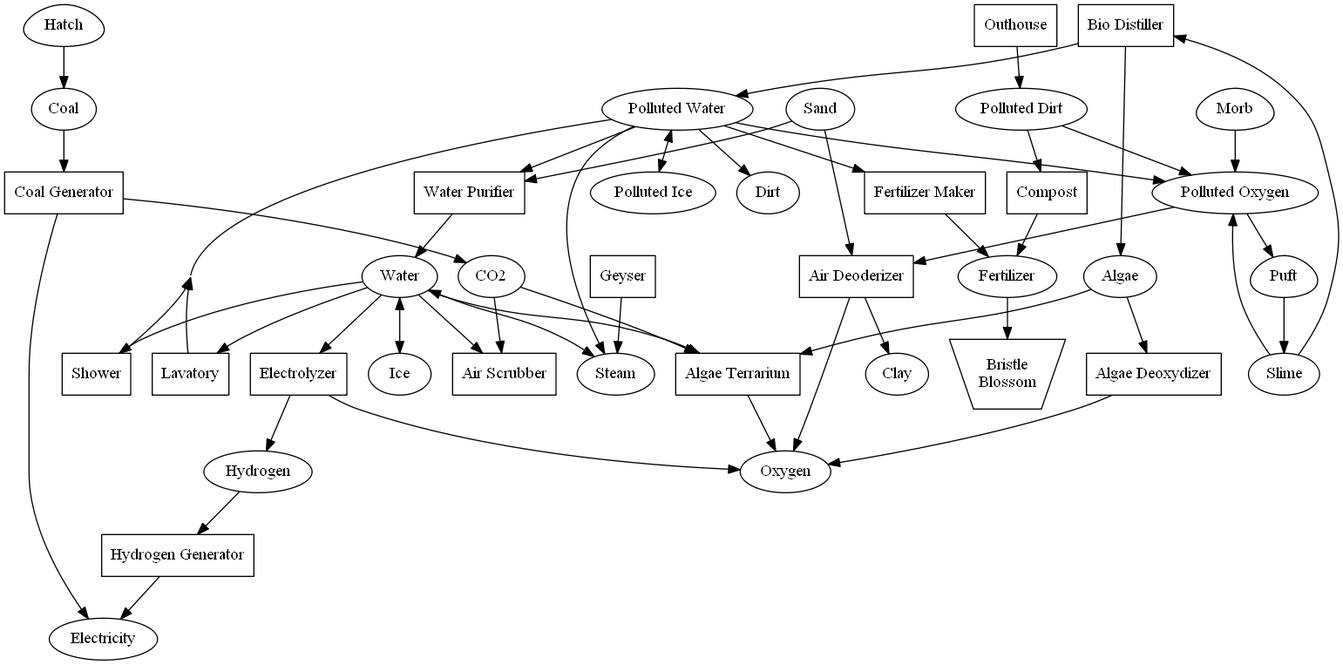
Before: oni.png, a diagram exported from Graphviz (dtandersen/oxygen-not-included-graphviz). Its source is kept beside it as oni.gv.
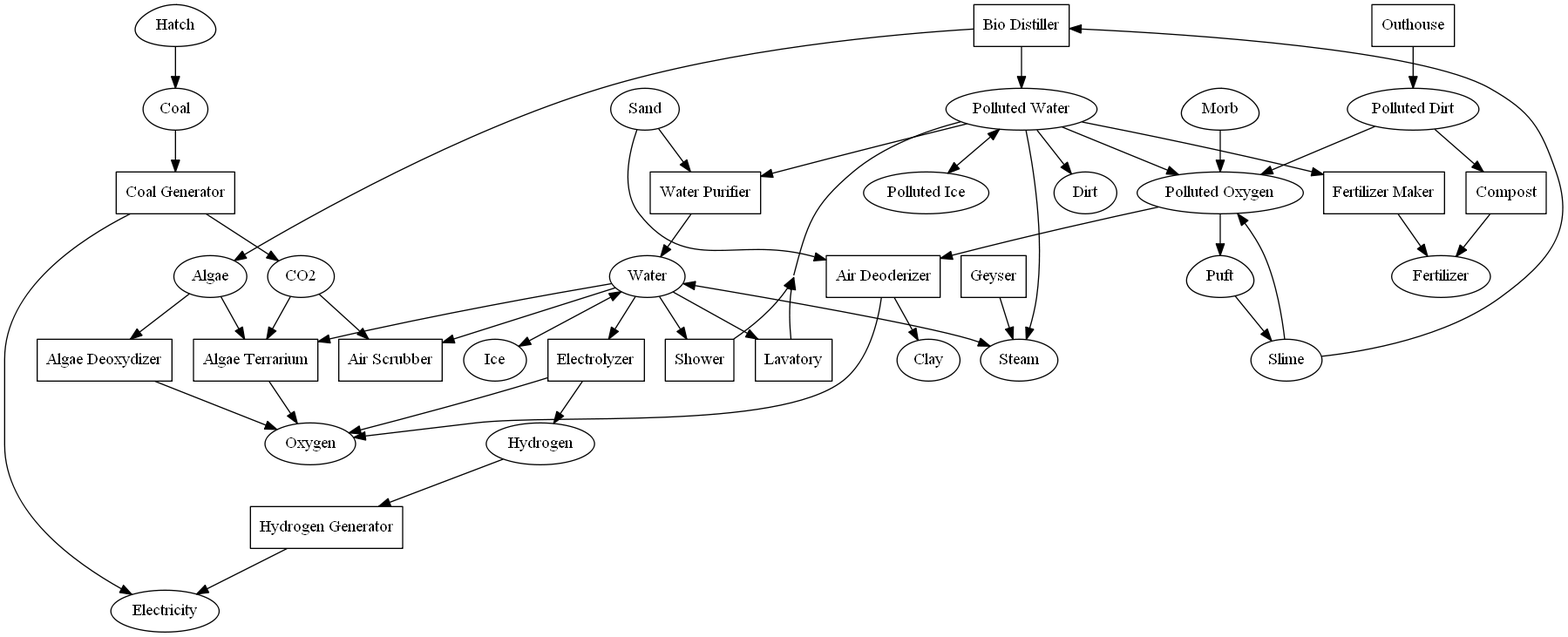
After the commit.

Commit message:
removed bristle blossom

Change to the diagram source:
```diff
@@ -91,7 +91,4 @@
 	"Puft" [shape=egg];
 	"Polluted Oxygen" -> "Puft";
 	"Puft" -> "Slime";
-
-	"Bristle Blossom" [shape=invtrapezium, label="Bristle\nBlossom", margin=0];
-	"Fertilizer" -> "Bristle Blossom";
 }
```
